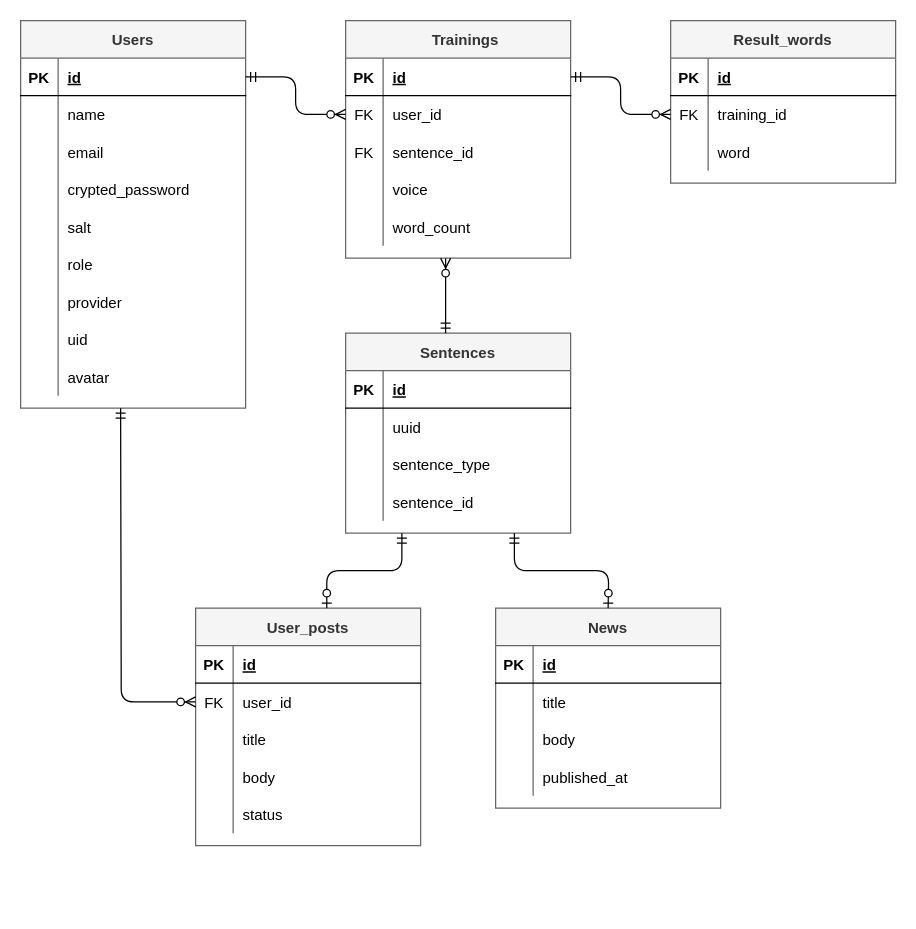
chain792/read_aloud_checker keeps this draw.io diagram as er.drawio. Above is the earlier version. Source tidied: cells renumbered, new cells numbered last; positions are measured from the earlier drawing's top-left corner, leaving out a move shared by most shapes. Both pictures are drawn from the tidied source at 125%, with x=0, y=0 at pixel (20, 20).
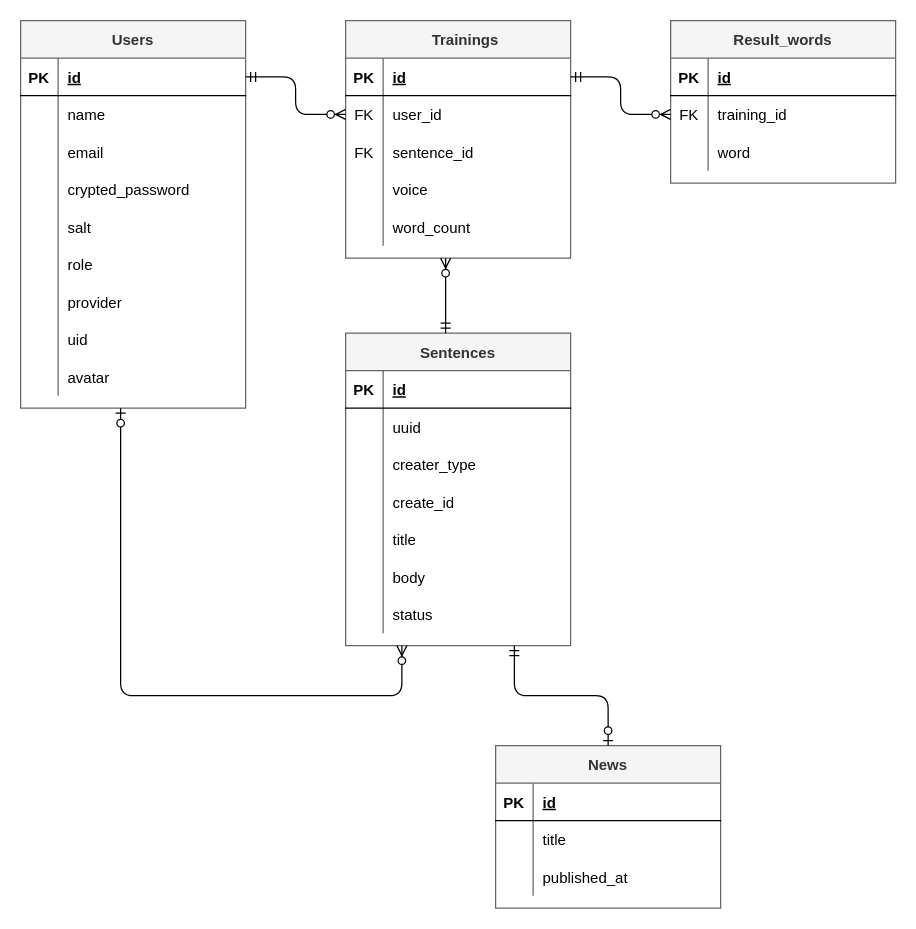
After the change.

Unchanged cells that the change refers to:
```xml
<mxCell id="37" style="shape=partialRectangle;fillColor=none;top=0;left=0;bottom=0;right=0;" parent="30" vertex="1">
  <mxGeometry y="90" width="180" height="30" as="geometry" />
</mxCell>
<mxCell id="40" style="shape=partialRectangle;fillColor=none;top=0;left=0;bottom=0;right=0;" parent="30" vertex="1">
  <mxGeometry y="120" width="180" height="30" as="geometry" />
</mxCell>
<mxCell id="66" style="shape=partialRectangle;fillColor=none;top=0;left=0;bottom=0;right=0;" parent="59" vertex="1">
  <mxGeometry y="90" width="180" height="30" as="geometry" />
</mxCell>
```

Diff of the diagram source:
```diff
@@
     <mxCell id="30" value="Sentences" style="shape=table;startSize=30;childLayout=tableLayout;rowLines=0;fontStyle=1;align=center;fillColor=#f5f5f5;strokeColor=#666666;fontColor=#333333;swimlaneFillColor=default;" parent="1" vertex="1">
-      <mxGeometry x="260" y="250" width="180" height="160" as="geometry" />
+      <mxGeometry x="260" y="250" width="180" height="250" as="geometry" />
     </mxCell>
@@
-    <mxCell id="39" value="sentence_type" style="shape=partialRectangle;fillColor=none;top=0;left=0;bottom=0;right=0;align=left;spacingLeft=6;overflow=hidden;" parent="37" vertex="1">
+    <mxCell id="39" value="creater_type" style="shape=partialRectangle;fillColor=none;top=0;left=0;bottom=0;right=0;align=left;spacingLeft=6;overflow=hidden;" parent="37" vertex="1">
       <mxGeometry x="30" width="150" height="30" as="geometry" />
     </mxCell>
@@
-    <mxCell id="42" value="sentence_id" style="shape=partialRectangle;fillColor=none;top=0;left=0;bottom=0;right=0;align=left;spacingLeft=6;overflow=hidden;" parent="40" vertex="1">
+    <mxCell id="42" value="create_id" style="shape=partialRectangle;fillColor=none;top=0;left=0;bottom=0;right=0;align=left;spacingLeft=6;overflow=hidden;" parent="40" vertex="1">
       <mxGeometry x="30" width="150" height="30" as="geometry" />
     </mxCell>
-    <mxCell id="43" value="User_posts" style="shape=table;startSize=30;childLayout=tableLayout;rowLines=0;fontStyle=1;align=center;fillColor=#f5f5f5;strokeColor=#666666;fontColor=#333333;swimlaneFillColor=default;" parent="1" vertex="1">
-      <mxGeometry x="140" y="470" width="180" height="190" as="geometry" />
-    </mxCell>
-    <mxCell id="44" style="shape=partialRectangle;fillColor=none;top=0;left=0;bottom=1;right=0;" parent="43" vertex="1">
-      <mxGeometry y="30" width="180" height="30" as="geometry" />
-    </mxCell>
-    <mxCell id="45" value="PK" style="shape=partialRectangle;fillColor=none;top=0;left=0;bottom=0;right=0;fontStyle=1;overflow=hidden;" parent="44" vertex="1">
-      <mxGeometry width="30" height="30" as="geometry" />
-    </mxCell>
-    <mxCell id="46" value="id" style="shape=partialRectangle;fillColor=none;top=0;left=0;bottom=0;right=0;align=left;spacingLeft=6;fontStyle=5;overflow=hidden;" parent="44" vertex="1">
-      <mxGeometry x="30" width="150" height="30" as="geometry" />
-    </mxCell>
-    <mxCell id="47" style="shape=partialRectangle;fillColor=none;top=0;left=0;bottom=0;right=0;points=[[0,0.5],[1,0.5]];portConstraint=eastwest;" parent="43" vertex="1">
-      <mxGeometry y="60" width="180" height="30" as="geometry" />
-    </mxCell>
-    <mxCell id="48" value="FK" style="shape=partialRectangle;fillColor=none;top=0;left=0;bottom=0;right=0;overflow=hidden;" parent="47" vertex="1">
-      <mxGeometry width="30" height="30" as="geometry" />
-    </mxCell>
-    <mxCell id="49" value="user_id" style="shape=partialRectangle;fillColor=none;top=0;left=0;bottom=0;right=0;align=left;spacingLeft=6;overflow=hidden;" parent="47" vertex="1">
-      <mxGeometry x="30" width="150" height="30" as="geometry" />
-    </mxCell>
-    <mxCell id="50" style="shape=partialRectangle;fillColor=none;top=0;left=0;bottom=0;right=0;" parent="43" vertex="1">
-      <mxGeometry y="90" width="180" height="30" as="geometry" />
-    </mxCell>
-    <mxCell id="51" style="shape=partialRectangle;fillColor=none;top=0;left=0;bottom=0;right=0;overflow=hidden;" parent="50" vertex="1">
-      <mxGeometry width="30" height="30" as="geometry" />
-    </mxCell>
+    <mxCell id="56" style="shape=partialRectangle;fillColor=none;top=0;left=0;bottom=0;right=0;" parent="30" vertex="1">
+      <mxGeometry y="150" width="180" height="30" as="geometry" />
+    </mxCell>
+    <mxCell id="105" style="shape=partialRectangle;fillColor=none;top=0;left=0;bottom=0;right=0;overflow=hidden;" parent="56" vertex="1">
+      <mxGeometry width="30" height="30" as="geometry" />
+    </mxCell>
-    <mxCell id="52" value="title" style="shape=partialRectangle;fillColor=none;top=0;left=0;bottom=0;right=0;align=left;spacingLeft=6;overflow=hidden;" parent="50" vertex="1">
+    <mxCell id="52" value="title" style="shape=partialRectangle;fillColor=none;top=0;left=0;bottom=0;right=0;align=left;spacingLeft=6;overflow=hidden;" parent="56" vertex="1">
       <mxGeometry x="30" width="150" height="30" as="geometry" />
     </mxCell>
-    <mxCell id="53" style="shape=partialRectangle;fillColor=none;top=0;left=0;bottom=0;right=0;" parent="43" vertex="1">
-      <mxGeometry y="120" width="180" height="30" as="geometry" />
-    </mxCell>
-    <mxCell id="54" style="shape=partialRectangle;fillColor=none;top=0;left=0;bottom=0;right=0;overflow=hidden;" parent="53" vertex="1">
-      <mxGeometry width="30" height="30" as="geometry" />
-    </mxCell>
+    <mxCell id="106" style="shape=partialRectangle;fillColor=none;top=0;left=0;bottom=0;right=0;" parent="30" vertex="1">
+      <mxGeometry y="180" width="180" height="30" as="geometry" />
+    </mxCell>
+    <mxCell id="107" style="shape=partialRectangle;fillColor=none;top=0;left=0;bottom=0;right=0;overflow=hidden;" parent="106" vertex="1">
+      <mxGeometry width="30" height="30" as="geometry" />
+    </mxCell>
-    <mxCell id="55" value="body" style="shape=partialRectangle;fillColor=none;top=0;left=0;bottom=0;right=0;align=left;spacingLeft=6;overflow=hidden;" parent="53" vertex="1">
+    <mxCell id="55" value="body" style="shape=partialRectangle;fillColor=none;top=0;left=0;bottom=0;right=0;align=left;spacingLeft=6;overflow=hidden;" parent="106" vertex="1">
       <mxGeometry x="30" width="150" height="30" as="geometry" />
     </mxCell>
-    <mxCell id="56" style="shape=partialRectangle;fillColor=none;top=0;left=0;bottom=0;right=0;" parent="43" vertex="1">
-      <mxGeometry y="150" width="180" height="30" as="geometry" />
-    </mxCell>
-    <mxCell id="57" style="shape=partialRectangle;fillColor=none;top=0;left=0;bottom=0;right=0;overflow=hidden;" parent="56" vertex="1">
-      <mxGeometry width="30" height="30" as="geometry" />
-    </mxCell>
+    <mxCell id="108" style="shape=partialRectangle;fillColor=none;top=0;left=0;bottom=0;right=0;" parent="30" vertex="1">
+      <mxGeometry y="210" width="180" height="30" as="geometry" />
+    </mxCell>
+    <mxCell id="109" style="shape=partialRectangle;fillColor=none;top=0;left=0;bottom=0;right=0;overflow=hidden;" parent="108" vertex="1">
+      <mxGeometry width="30" height="30" as="geometry" />
+    </mxCell>
-    <mxCell id="58" value="status" style="shape=partialRectangle;fillColor=none;top=0;left=0;bottom=0;right=0;align=left;spacingLeft=6;overflow=hidden;" parent="56" vertex="1">
+    <mxCell id="58" value="status" style="shape=partialRectangle;fillColor=none;top=0;left=0;bottom=0;right=0;align=left;spacingLeft=6;overflow=hidden;" parent="108" vertex="1">
       <mxGeometry x="30" width="150" height="30" as="geometry" />
     </mxCell>
     <mxCell id="59" value="News" style="shape=table;startSize=30;childLayout=tableLayout;rowLines=0;fontStyle=1;align=center;fillColor=#f5f5f5;strokeColor=#666666;fontColor=#333333;swimlaneFillColor=default;" parent="1" vertex="1">
-      <mxGeometry x="380" y="470" width="180" height="160" as="geometry" />
+      <mxGeometry x="380" y="580" width="180" height="130" as="geometry" />
     </mxCell>
@@
-    <mxCell id="68" value="body" style="shape=partialRectangle;fillColor=none;top=0;left=0;bottom=0;right=0;align=left;spacingLeft=6;overflow=hidden;" parent="66" vertex="1">
+    <mxCell id="68" value="published_at" style="shape=partialRectangle;fillColor=none;top=0;left=0;bottom=0;right=0;align=left;spacingLeft=6;overflow=hidden;" parent="66" vertex="1">
       <mxGeometry x="30" width="150" height="30" as="geometry" />
     </mxCell>
-    <mxCell id="69" style="shape=partialRectangle;fillColor=none;top=0;left=0;bottom=0;right=0;" parent="59" vertex="1">
-      <mxGeometry y="120" width="180" height="30" as="geometry" />
-    </mxCell>
-    <mxCell id="70" style="shape=partialRectangle;fillColor=none;top=0;left=0;bottom=0;right=0;overflow=hidden;" parent="69" vertex="1">
-      <mxGeometry width="30" height="30" as="geometry" />
-    </mxCell>
-    <mxCell id="71" value="published_at" style="shape=partialRectangle;fillColor=none;top=0;left=0;bottom=0;right=0;align=left;spacingLeft=6;overflow=hidden;" parent="69" vertex="1">
-      <mxGeometry x="30" width="150" height="30" as="geometry" />
-    </mxCell>
@@
-    <mxCell id="101" style="edgeStyle=orthogonalEdgeStyle;fontSize=12;html=1;endArrow=ERzeroToOne;startArrow=ERmandOne;entryX=0.583;entryY=0;entryDx=0;entryDy=0;entryPerimeter=0;exitX=0.25;exitY=1;exitDx=0;exitDy=0;" parent="1" edge="1" source="30" target="43">
-      <mxGeometry relative="1" as="geometry" />
-    </mxCell>
-    <mxCell id="102" style="edgeStyle=orthogonalEdgeStyle;fontSize=12;html=1;endArrow=ERzeroToOne;startArrow=ERmandOne;entryX=0.583;entryY=0;entryDx=0;entryDy=0;entryPerimeter=0;exitX=0.75;exitY=1;exitDx=0;exitDy=0;" parent="1" edge="1" source="30">
-      <mxGeometry relative="1" as="geometry">
-        <mxPoint x="470" y="470" as="targetPoint" />
-      </mxGeometry>
+    <mxCell id="102" style="edgeStyle=orthogonalEdgeStyle;fontSize=12;html=1;endArrow=ERzeroToOne;startArrow=ERmandOne;entryX=0.5;entryY=0;entryDx=0;entryDy=0;exitX=0.75;exitY=1;exitDx=0;exitDy=0;" parent="1" edge="1" source="30" target="59">
+      <mxGeometry relative="1" as="geometry" />
     </mxCell>
-    <mxCell id="103" style="edgeStyle=orthogonalEdgeStyle;fontSize=12;html=1;endArrow=ERzeroToMany;startArrow=ERmandOne;entryX=0;entryY=0.5;entryDx=0;entryDy=0;" parent="1" edge="1" target="47">
-      <mxGeometry relative="1" as="geometry">
-        <mxPoint x="80" y="310" as="sourcePoint" />
-      </mxGeometry>
-    </mxCell>
@@
+    <mxCell id="110" style="edgeStyle=orthogonalEdgeStyle;fontSize=12;html=1;endArrow=ERzeroToMany;startArrow=ERzeroToOne;entryX=0.25;entryY=1;entryDx=0;entryDy=0;" parent="1" edge="1" target="30">
+      <mxGeometry relative="1" as="geometry">
+        <mxPoint x="80" y="310" as="sourcePoint" />
+        <Array as="points">
+          <mxPoint x="80" y="540" />
+          <mxPoint x="305" y="540" />
+        </Array>
+      </mxGeometry>
+    </mxCell>
```
